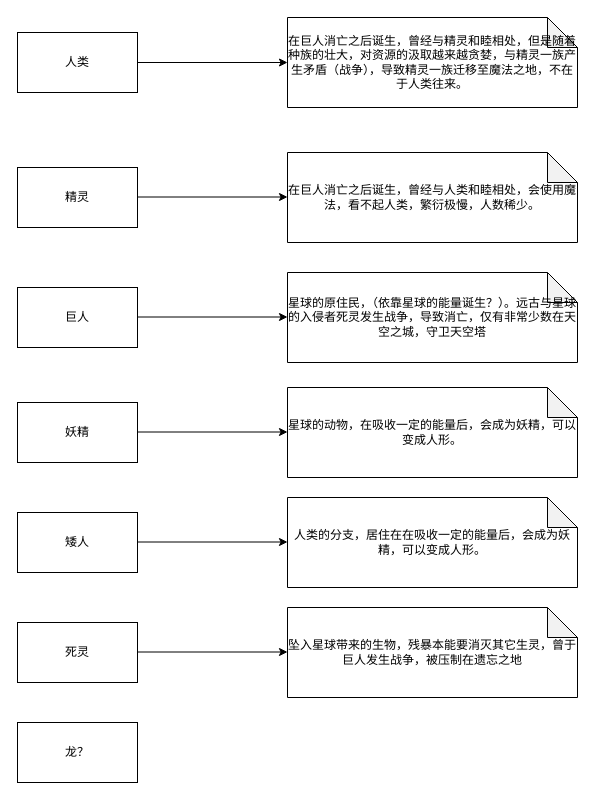
Above: page "ethnic" (5 of 10) of unity.drawio in goldmine/base (draw.io), before the change. Source tidied: cells renumbered, new cells numbered last; positions are measured from the earlier drawing's top-left corner, leaving out a move shared by most shapes. Both pictures are drawn from the tidied source at 100%, with x=0, y=0 at pixel (17, 17).
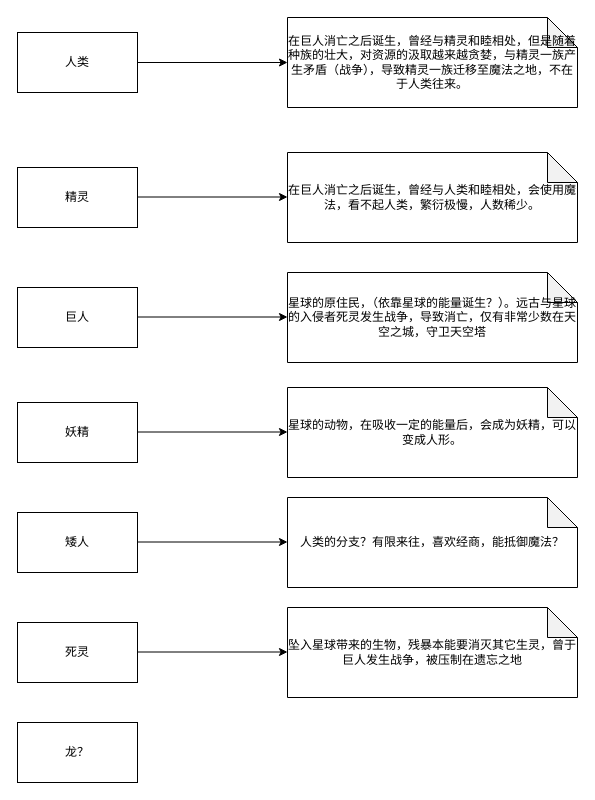
The same page after the edit.

The edit, as a diff of the source:
```diff
@@
-    <mxCell id="16" value="人类的分支，居住在在吸收一定的能量后，会成为妖精，可以变成人形。" style="shape=note;whiteSpace=wrap;html=1;backgroundOutline=1;darkOpacity=0.05;" parent="1" vertex="1">
+    <mxCell id="16" value="人类的分支？有限来往，喜欢经商，能抵御魔法？" style="shape=note;whiteSpace=wrap;html=1;backgroundOutline=1;darkOpacity=0.05;" parent="1" vertex="1">
       <mxGeometry x="270" y="480" width="290" height="90" as="geometry" />
     </mxCell>
```
